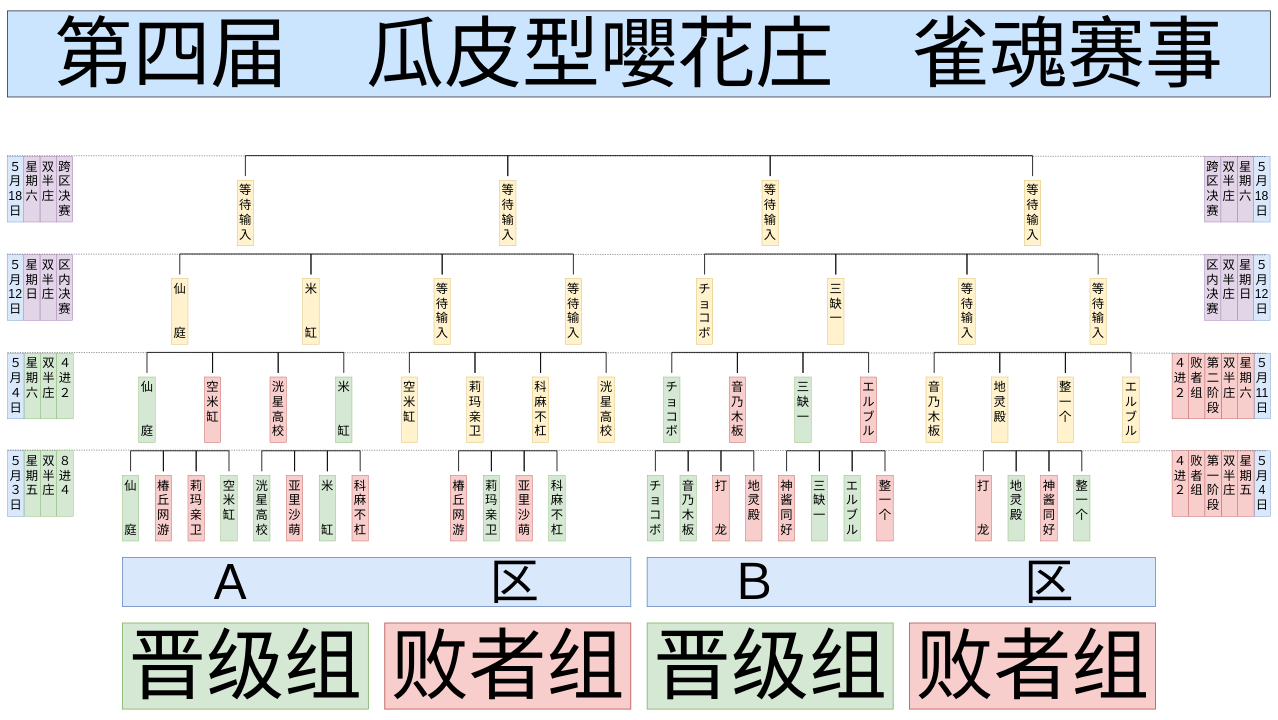
This is page "4th" (2 of 2) of Tree Diagram/Tree Diagram.drawio from psc2350/pcr.mahjong.hexo, a draw.io file, before an edit. Source tidied: cells renumbered, new cells numbered last; positions are measured from the earlier drawing's top-left corner, leaving out a move shared by most shapes. Both pictures are drawn from the tidied source at 41%, with x=0, y=0 at pixel (7, 11).
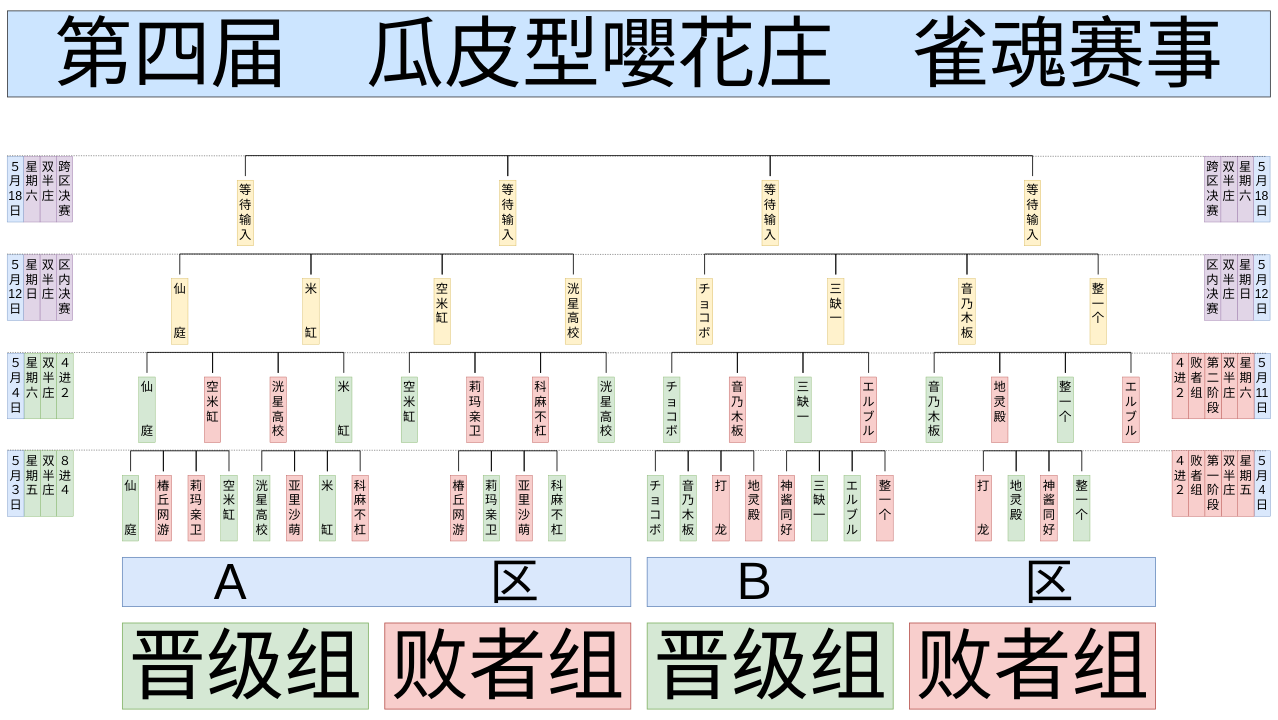
The same diagram, later.

Commit message (it also covers changes not shown here):
Tree Diagram

The edit, as a diff of the source:
```diff
@@
-    <mxCell id="36" value="莉玛亲卫&lt;br&gt;" style="text;html=1;strokeColor=#d6b656;fillColor=#fff2cc;align=center;verticalAlign=top;whiteSpace=wrap;rounded=0;fontFamily=FZZhunYuan-M02;horizontal=1;fontSize=30;" parent="1" vertex="1">
+    <mxCell id="36" value="莉玛亲卫&lt;br&gt;" style="text;html=1;strokeColor=#b85450;fillColor=#f8cecc;align=center;verticalAlign=top;whiteSpace=wrap;rounded=0;fontFamily=FZZhunYuan-M02;horizontal=1;fontSize=30;" parent="1" vertex="1">
       <mxGeometry x="1121" y="893" width="40" height="160" as="geometry" />
     </mxCell>
-    <mxCell id="37" value="科麻不杠&lt;br&gt;" style="text;html=1;strokeColor=#d6b656;fillColor=#fff2cc;align=center;verticalAlign=top;whiteSpace=wrap;rounded=0;fontFamily=FZZhunYuan-M02;horizontal=1;fontSize=30;" parent="1" vertex="1">
+    <mxCell id="37" value="科麻不杠&lt;br&gt;" style="text;html=1;strokeColor=#b85450;fillColor=#f8cecc;align=center;verticalAlign=top;whiteSpace=wrap;rounded=0;fontFamily=FZZhunYuan-M02;horizontal=1;fontSize=30;" parent="1" vertex="1">
       <mxGeometry x="1281" y="893" width="40" height="160" as="geometry" />
     </mxCell>
@@
-    <mxCell id="39" value="空米缸&lt;br&gt;" style="text;html=1;strokeColor=#d6b656;fillColor=#fff2cc;align=center;verticalAlign=top;whiteSpace=wrap;rounded=0;fontFamily=FZZhunYuan-M02;horizontal=1;fontSize=30;" parent="1" vertex="1">
+    <mxCell id="39" value="空米缸&lt;br&gt;" style="text;html=1;strokeColor=#82b366;fillColor=#d5e8d4;align=center;verticalAlign=top;whiteSpace=wrap;rounded=0;fontFamily=FZZhunYuan-M02;horizontal=1;fontSize=30;" parent="1" vertex="1">
       <mxGeometry x="961" y="893" width="40" height="160" as="geometry" />
     </mxCell>
@@
-    <mxCell id="41" value="洸星高校&lt;br&gt;" style="text;html=1;strokeColor=#d6b656;fillColor=#fff2cc;align=center;verticalAlign=top;whiteSpace=wrap;rounded=0;fontFamily=FZZhunYuan-M02;horizontal=1;fontSize=30;" parent="1" vertex="1">
+    <mxCell id="41" value="洸星高校&lt;br&gt;" style="text;html=1;strokeColor=#82b366;fillColor=#d5e8d4;align=center;verticalAlign=top;whiteSpace=wrap;rounded=0;fontFamily=FZZhunYuan-M02;horizontal=1;fontSize=30;" parent="1" vertex="1">
       <mxGeometry x="1441" y="893" width="40" height="160" as="geometry" />
     </mxCell>
@@
-    <mxCell id="43" value="等待输入&lt;br&gt;" style="text;html=1;strokeColor=#d6b656;fillColor=#fff2cc;align=center;verticalAlign=top;whiteSpace=wrap;rounded=0;fontFamily=FZZhunYuan-M02;horizontal=1;fontSize=30;" parent="1" vertex="1">
+    <mxCell id="43" value="空米缸&lt;br&gt;" style="text;html=1;strokeColor=#d6b656;fillColor=#fff2cc;align=center;verticalAlign=top;whiteSpace=wrap;rounded=0;fontFamily=FZZhunYuan-M02;horizontal=1;fontSize=30;" parent="1" vertex="1">
       <mxGeometry x="1041" y="653" width="40" height="160" as="geometry" />
     </mxCell>
-    <mxCell id="44" value="等待输入&lt;br style=&quot;font-size: 30px&quot;&gt;" style="text;html=1;strokeColor=#d6b656;fillColor=#fff2cc;align=center;verticalAlign=top;whiteSpace=wrap;rounded=0;fontFamily=FZZhunYuan-M02;horizontal=1;fontSize=30;" parent="1" vertex="1">
+    <mxCell id="44" value="洸星高校&lt;br style=&quot;font-size: 30px&quot;&gt;" style="text;html=1;strokeColor=#d6b656;fillColor=#fff2cc;align=center;verticalAlign=top;whiteSpace=wrap;rounded=0;fontFamily=FZZhunYuan-M02;horizontal=1;fontSize=30;" parent="1" vertex="1">
       <mxGeometry x="1361" y="653" width="40" height="160" as="geometry" />
     </mxCell>
@@
-    <mxCell id="82" value="地灵殿&lt;br&gt;" style="text;html=1;strokeColor=#d6b656;fillColor=#fff2cc;align=center;verticalAlign=top;whiteSpace=wrap;rounded=0;fontFamily=FZZhunYuan-M02;horizontal=1;fontSize=30;" parent="1" vertex="1">
+    <mxCell id="82" value="地灵殿&lt;br&gt;" style="text;html=1;strokeColor=#b85450;fillColor=#f8cecc;align=center;verticalAlign=top;whiteSpace=wrap;rounded=0;fontFamily=FZZhunYuan-M02;horizontal=1;fontSize=30;" parent="1" vertex="1">
       <mxGeometry x="2401" y="893" width="40" height="160" as="geometry" />
     </mxCell>
-    <mxCell id="83" value="整一个&lt;br&gt;" style="text;html=1;strokeColor=#d6b656;fillColor=#fff2cc;align=center;verticalAlign=top;whiteSpace=wrap;rounded=0;fontFamily=FZZhunYuan-M02;horizontal=1;fontSize=30;" parent="1" vertex="1">
+    <mxCell id="83" value="整一个&lt;br&gt;" style="text;html=1;strokeColor=#82b366;fillColor=#d5e8d4;align=center;verticalAlign=top;whiteSpace=wrap;rounded=0;fontFamily=FZZhunYuan-M02;horizontal=1;fontSize=30;" parent="1" vertex="1">
       <mxGeometry x="2561" y="893" width="40" height="160" as="geometry" />
     </mxCell>
@@
-    <mxCell id="85" value="音乃木板&lt;br&gt;" style="text;html=1;strokeColor=#d6b656;fillColor=#fff2cc;align=center;verticalAlign=top;whiteSpace=wrap;rounded=0;fontFamily=FZZhunYuan-M02;horizontal=1;fontSize=30;" parent="1" vertex="1">
+    <mxCell id="85" value="音乃木板&lt;br&gt;" style="text;html=1;strokeColor=#82b366;fillColor=#d5e8d4;align=center;verticalAlign=top;whiteSpace=wrap;rounded=0;fontFamily=FZZhunYuan-M02;horizontal=1;fontSize=30;" parent="1" vertex="1">
       <mxGeometry x="2241" y="893" width="40" height="160" as="geometry" />
     </mxCell>
@@
-    <mxCell id="87" value="エルブル&lt;br&gt;" style="text;html=1;strokeColor=#d6b656;fillColor=#fff2cc;align=center;verticalAlign=top;whiteSpace=wrap;rounded=0;fontFamily=FZZhunYuan-M02;horizontal=1;fontSize=30;" parent="1" vertex="1">
+    <mxCell id="87" value="エルブル&lt;br&gt;" style="text;html=1;strokeColor=#b85450;fillColor=#f8cecc;align=center;verticalAlign=top;whiteSpace=wrap;rounded=0;fontFamily=FZZhunYuan-M02;horizontal=1;fontSize=30;" parent="1" vertex="1">
       <mxGeometry x="2721" y="893" width="40" height="160" as="geometry" />
     </mxCell>
@@
-    <mxCell id="89" value="等待输入&lt;br&gt;" style="text;html=1;strokeColor=#d6b656;fillColor=#fff2cc;align=center;verticalAlign=top;whiteSpace=wrap;rounded=0;fontFamily=FZZhunYuan-M02;horizontal=1;fontSize=30;" parent="1" vertex="1">
+    <mxCell id="89" value="音乃木板&lt;br&gt;" style="text;html=1;strokeColor=#d6b656;fillColor=#fff2cc;align=center;verticalAlign=top;whiteSpace=wrap;rounded=0;fontFamily=FZZhunYuan-M02;horizontal=1;fontSize=30;" parent="1" vertex="1">
       <mxGeometry x="2321" y="653" width="40" height="160" as="geometry" />
     </mxCell>
-    <mxCell id="90" value="等待输入&lt;br style=&quot;font-size: 30px&quot;&gt;" style="text;html=1;strokeColor=#d6b656;fillColor=#fff2cc;align=center;verticalAlign=top;whiteSpace=wrap;rounded=0;fontFamily=FZZhunYuan-M02;horizontal=1;fontSize=30;" parent="1" vertex="1">
+    <mxCell id="90" value="整一个&lt;br style=&quot;font-size: 30px&quot;&gt;" style="text;html=1;strokeColor=#d6b656;fillColor=#fff2cc;align=center;verticalAlign=top;whiteSpace=wrap;rounded=0;fontFamily=FZZhunYuan-M02;horizontal=1;fontSize=30;" parent="1" vertex="1">
       <mxGeometry x="2641" y="653" width="40" height="160" as="geometry" />
     </mxCell>
```
